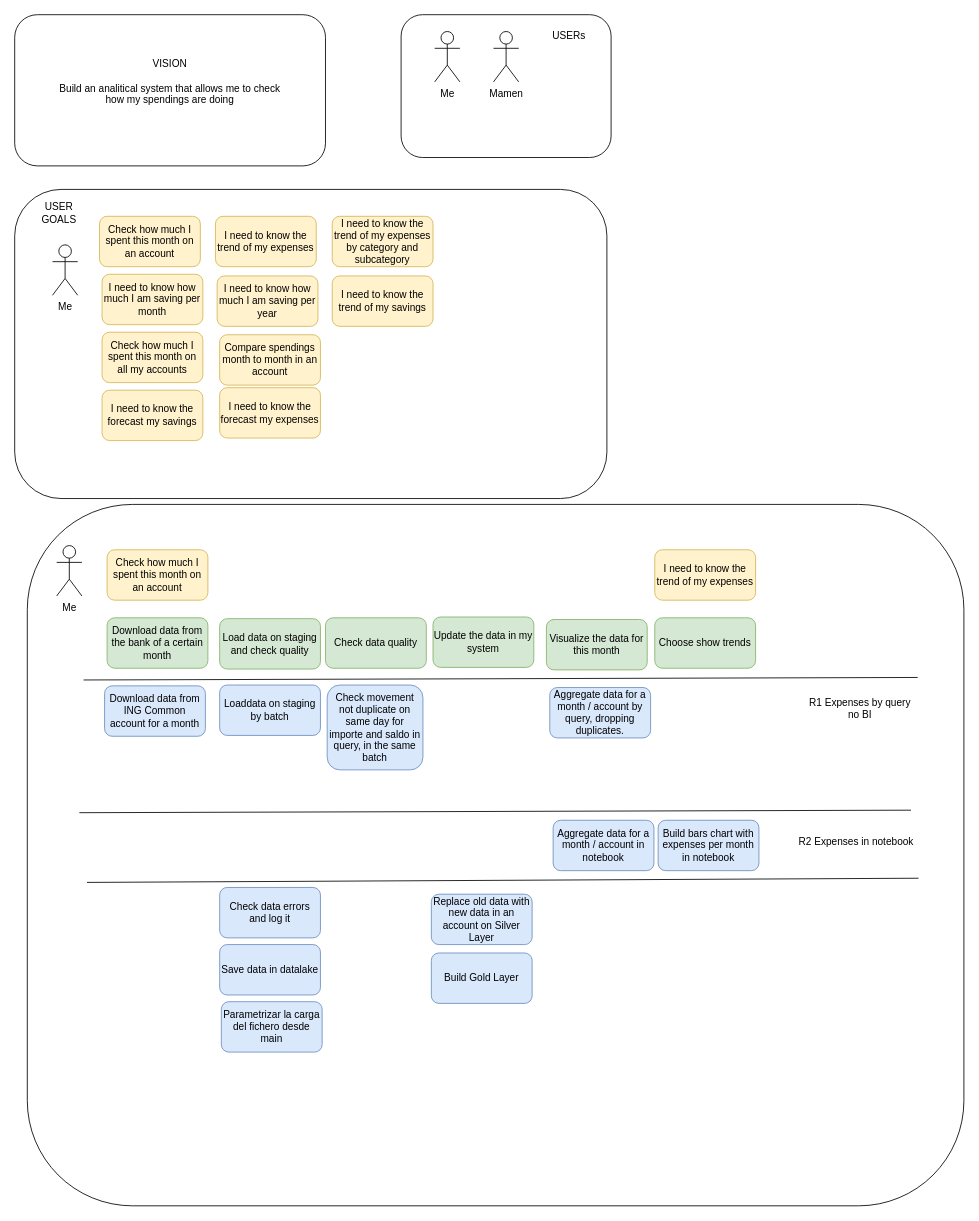
Above: page "User Story Mapping" (1 of 6) of diagrams.dio in cperezh/DataEng_Patterns (draw.io), before the change. Source tidied: cells renumbered, new cells numbered last; positions are measured from the earlier drawing's top-left corner, leaving out a move shared by most shapes. Both pictures are drawn from the tidied source at 84%, with x=0, y=0 at pixel (14, 14).
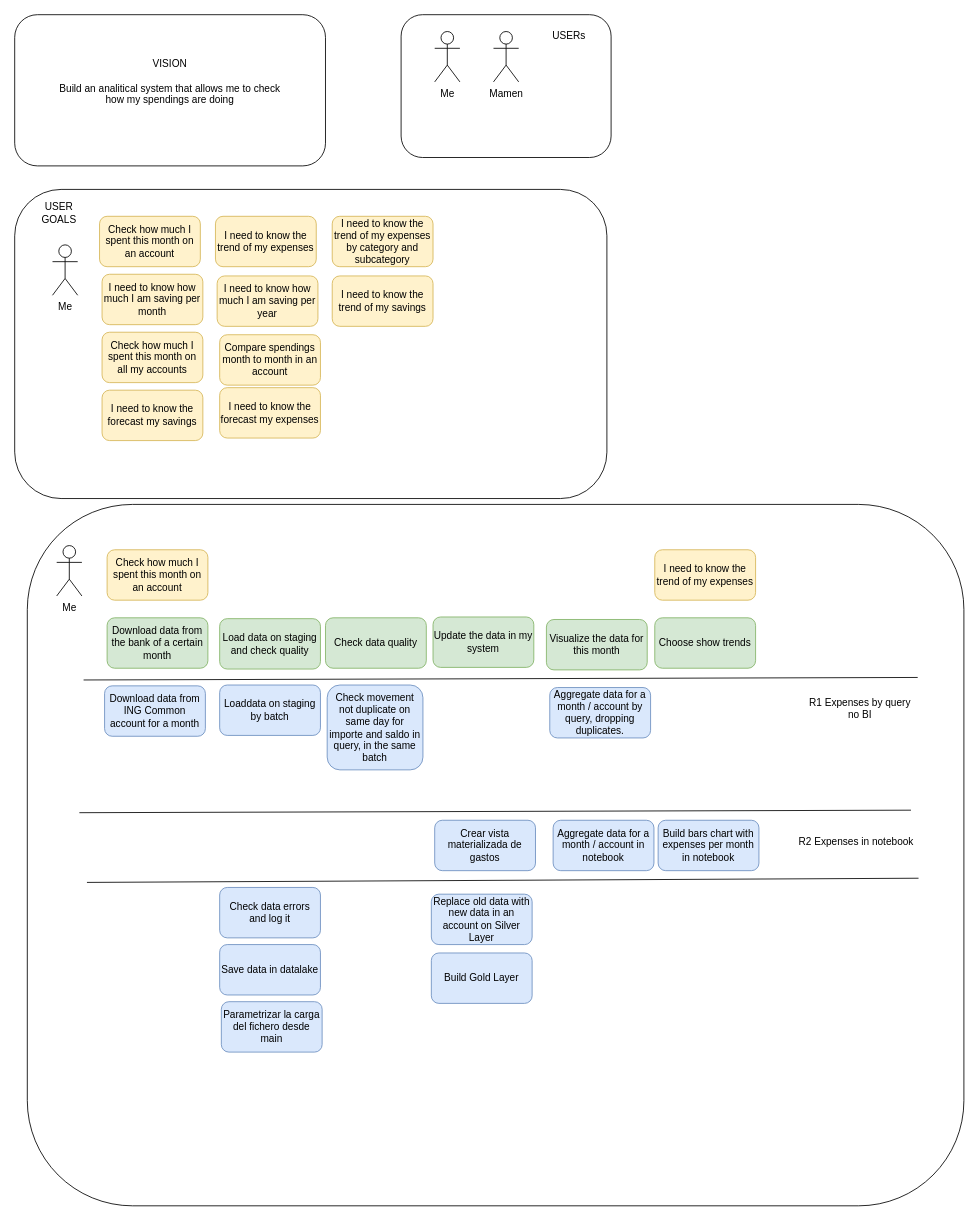
The same page after the edit.

Change to the diagram source:
```diff
@@
+    <mxCell id="47" value="Crear vista materializada de gastos" style="rounded=1;whiteSpace=wrap;html=1;strokeColor=#6c8ebf;align=center;verticalAlign=middle;fontFamily=Helvetica;fontSize=12;fillColor=#dae8fc;" parent="1" vertex="1">
+      <mxGeometry x="500" y="959" width="120" height="60" as="geometry" />
+    </mxCell>
```
